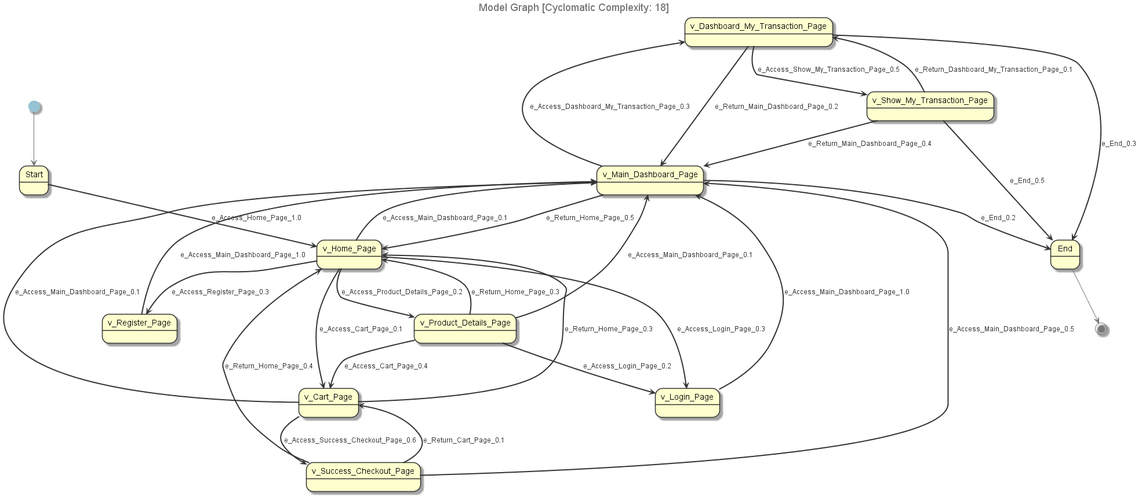
RafiAndeo/mbt-klip-user keeps this PlantUML diagram as _sub_1.User Model.fsm/report/model.png. Above is the earlier version. Its diagram source:
```plantuml
@startuml
title <font size=18 color=#777777>Model Graph [Cyclomatic Complexity: 18]
skinparam state {
	ArrowColor #777777
	BorderColor #333333
	StartColor #97c3d4
	EndColor #777777
 	FontColor #000000
}
state "End" as Uce91cf4b
Uce91cf4b --> [*]
state "Start" as U7118ea47
[*] --> U7118ea47
state "v_Cart_Page" as Ud6fc7e0a
state "v_Dashboard_My_Transaction_Page" as U2c326185
state "v_Home_Page" as U1debba7b
state "v_Login_Page" as U9e436fe5
state "v_Main_Dashboard_Page" as Ua3ba1054
state "v_Product_Details_Page" as U7035bb88
state "v_Register_Page" as U17ad4b28
state "v_Show_My_Transaction_Page" as U4741d6a6
state "v_Success_Checkout_Page" as U3874eb3d
U7118ea47 -[#333333,bold]-> U1debba7b : <size:12><color:#333333>e_Access_Home_Page_1.0</color></size>
Ud6fc7e0a -[#333333,bold]-> Ua3ba1054 : <size:12><color:#333333>e_Access_Main_Dashboard_Page_0.1</color></size>
Ud6fc7e0a -[#333333,bold]-> U3874eb3d : <size:12><color:#333333>e_Access_Success_Checkout_Page_0.6</color></size>
Ud6fc7e0a -[#333333,bold]-> U1debba7b : <size:12><color:#333333>e_Return_Home_Page_0.3</color></size>
U2c326185 -[#333333,bold]-> U4741d6a6 : <size:12><color:#333333>e_Access_Show_My_Transaction_Page_0.5</color></size>
U2c326185 -[#333333,bold]-> Uce91cf4b : <size:12><color:#333333>e_End_0.3</color></size>
U2c326185 -[#333333,bold]-> Ua3ba1054 : <size:12><color:#333333>e_Return_Main_Dashboard_Page_0.2</color></size>
U1debba7b -[#333333,bold]-> Ud6fc7e0a : <size:12><color:#333333>e_Access_Cart_Page_0.1</color></size>
U1debba7b -[#333333,bold]-> U9e436fe5 : <size:12><color:#333333>e_Access_Login_Page_0.3</color></size>
U1debba7b -[#333333,bold]-> Ua3ba1054 : <size:12><color:#333333>e_Access_Main_Dashboard_Page_0.1</color></size>
U1debba7b -[#333333,bold]-> U7035bb88 : <size:12><color:#333333>e_Access_Product_Details_Page_0.2</color></size>
U1debba7b -[#333333,bold]-> U17ad4b28 : <size:12><color:#333333>e_Access_Register_Page_0.3</color></size>
U9e436fe5 -[#333333,bold]-> Ua3ba1054 : <size:12><color:#333333>e_Access_Main_Dashboard_Page_1.0</color></size>
Ua3ba1054 -[#333333,bold]-> U2c326185 : <size:12><color:#333333>e_Access_Dashboard_My_Transaction_Page_0.3</color></size>
Ua3ba1054 -[#333333,bold]-> Uce91cf4b : <size:12><color:#333333>e_End_0.2</color></size>
Ua3ba1054 -[#333333,bold]-> U1debba7b : <size:12><color:#333333>e_Return_Home_Page_0.5</color></size>
U7035bb88 -[#333333,bold]-> Ud6fc7e0a : <size:12><color:#333333>e_Access_Cart_Page_0.4</color></size>
U7035bb88 -[#333333,bold]-> U9e436fe5 : <size:12><color:#333333>e_Access_Login_Page_0.2</color></size>
U7035bb88 -[#333333,bold]-> Ua3ba1054 : <size:12><color:#333333>e_Access_Main_Dashboard_Page_0.1</color></size>
U7035bb88 -[#333333,bold]-> U1debba7b : <size:12><color:#333333>e_Return_Home_Page_0.3</color></size>
U17ad4b28 -[#333333,bold]-> Ua3ba1054 : <size:12><color:#333333>e_Access_Main_Dashboard_Page_1.0</color></size>
U4741d6a6 -[#333333,bold]-> Uce91cf4b : <size:12><color:#333333>e_End_0.5</color></size>
U4741d6a6 -[#333333,bold]-> U2c326185 : <size:12><color:#333333>e_Return_Dashboard_My_Transaction_Page_0.1</color></size>
U4741d6a6 -[#333333,bold]-> Ua3ba1054 : <size:12><color:#333333>e_Return_Main_Dashboard_Page_0.4</color></size>
U3874eb3d -[#333333,bold]-> Ua3ba1054 : <size:12><color:#333333>e_Access_Main_Dashboard_Page_0.5</color></size>
U3874eb3d -[#333333,bold]-> Ud6fc7e0a : <size:12><color:#333333>e_Return_Cart_Page_0.1</color></size>
U3874eb3d -[#333333,bold]-> U1debba7b : <size:12><color:#333333>e_Return_Home_Page_0.4</color></size>
@enduml
```
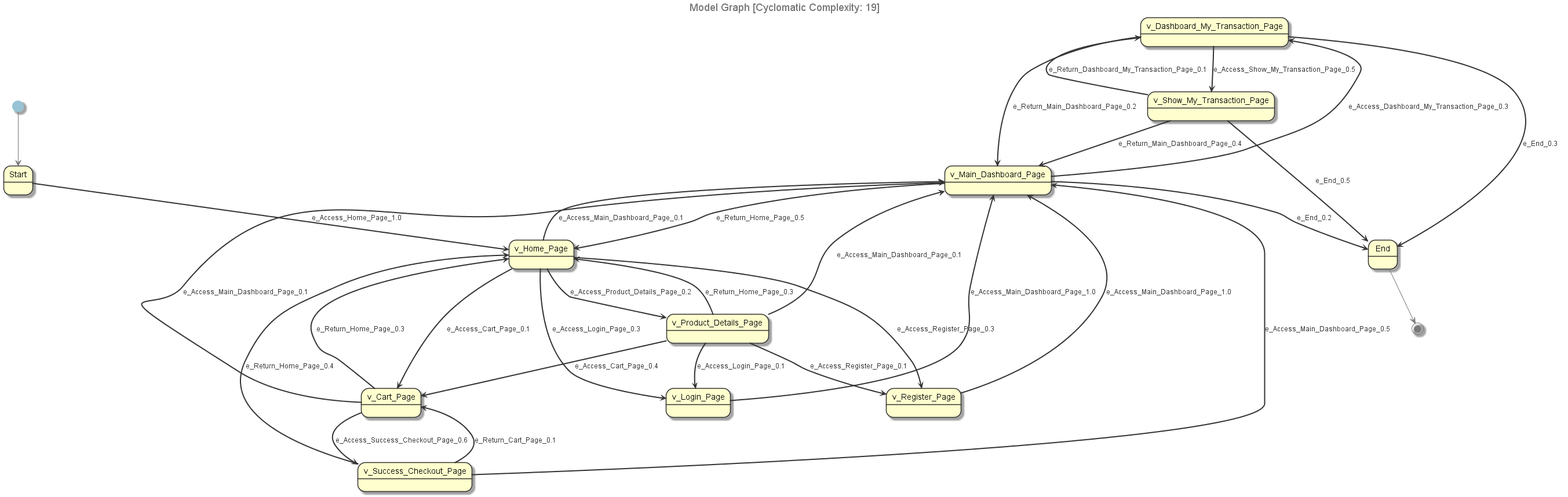
After the change.

What changed in the source:
```diff
@@ -1,5 +1,5 @@
 @startuml
-title <font size=18 color=#777777>Model Graph [Cyclomatic Complexity: 18]
+title <font size=18 color=#777777>Model Graph [Cyclomatic Complexity: 19]
 skinparam state {
 	ArrowColor #777777
 	BorderColor #333333
@@ -37,9 +37,10 @@
 Ua3ba1054 -[#333333,bold]-> Uce91cf4b : <size:12><color:#333333>e_End_0.2</color></size>
 Ua3ba1054 -[#333333,bold]-> U1debba7b : <size:12><color:#333333>e_Return_Home_Page_0.5</color></size>
 U7035bb88 -[#333333,bold]-> Ud6fc7e0a : <size:12><color:#333333>e_Access_Cart_Page_0.4</color></size>
-U7035bb88 -[#333333,bold]-> U9e436fe5 : <size:12><color:#333333>e_Access_Login_Page_0.2</color></size>
+U7035bb88 -[#333333,bold]-> U9e436fe5 : <size:12><color:#333333>e_Access_Login_Page_0.1</color></size>
 U7035bb88 -[#333333,bold]-> Ua3ba1054 : <size:12><color:#333333>e_Access_Main_Dashboard_Page_0.1</color></size>
 U7035bb88 -[#333333,bold]-> U1debba7b : <size:12><color:#333333>e_Return_Home_Page_0.3</color></size>
+U7035bb88 -[#333333,bold]-> U17ad4b28 : <size:12><color:#333333>e_Access_Register_Page_0.1</color></size>
 U17ad4b28 -[#333333,bold]-> Ua3ba1054 : <size:12><color:#333333>e_Access_Main_Dashboard_Page_1.0</color></size>
 U4741d6a6 -[#333333,bold]-> Uce91cf4b : <size:12><color:#333333>e_End_0.5</color></size>
 U4741d6a6 -[#333333,bold]-> U2c326185 : <size:12><color:#333333>e_Return_Dashboard_My_Transaction_Page_0.1</color></size>
```
